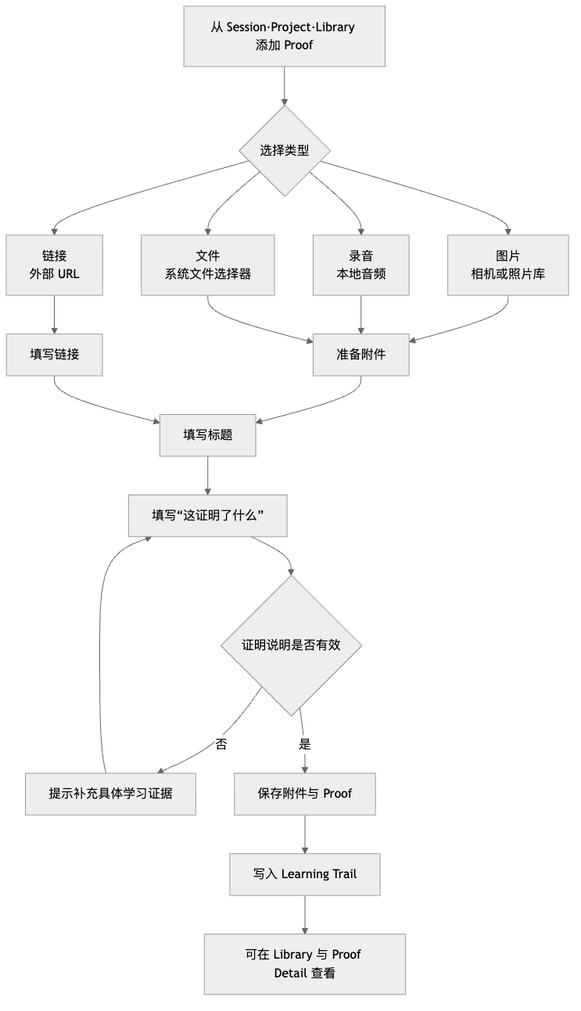
Before: diagrams/product-proof-flow.png, a diagram exported from Mermaid (Panhe-C/self-study-studio). Its source is kept beside it as diagrams/product-proof-flow.mmd.
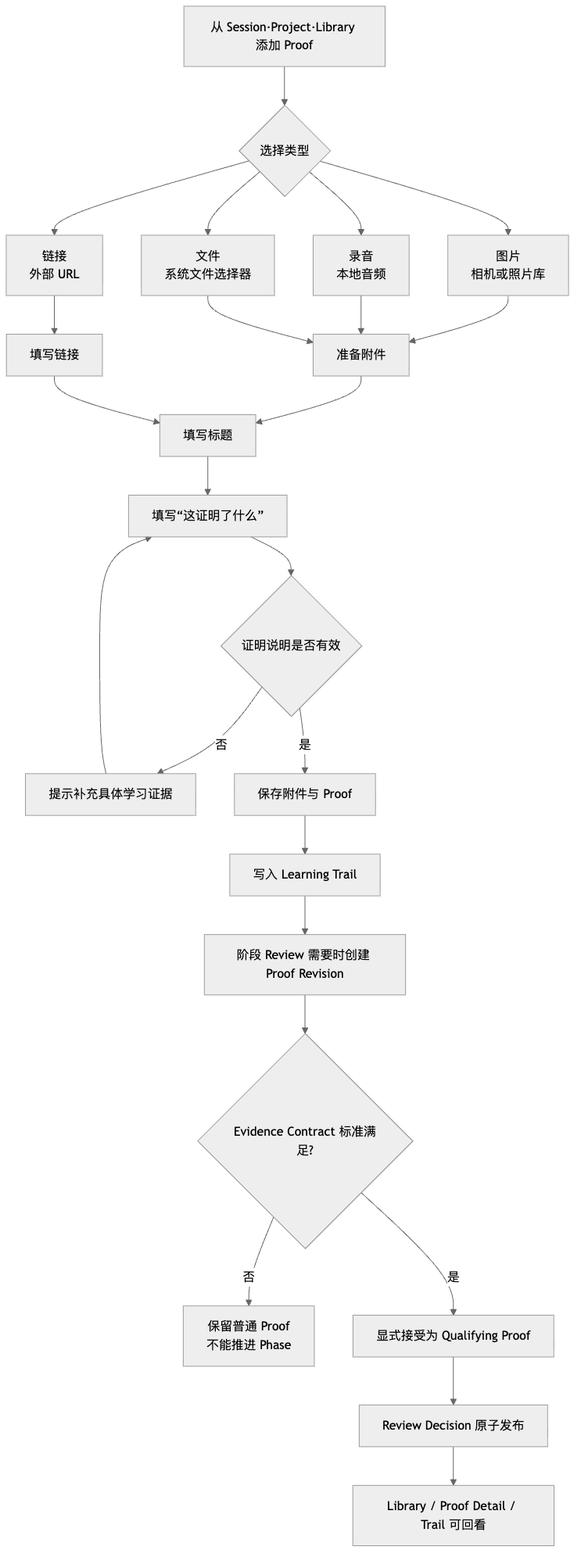
The same diagram one commit later.

Change to the diagram source:
```diff
@@ -16,4 +16,9 @@
   L --> J
   K -->|是| M[保存附件与 Proof]
   M --> N[写入 Learning Trail]
-  N --> O[可在 Library 与 Proof Detail 查看]
+  N --> O[阶段 Review 需要时创建 Proof Revision]
+  O --> P{Evidence Contract 标准满足?}
+  P -->|否| Q[保留普通 Proof<br/>不能推进 Phase]
+  P -->|是| R[显式接受为 Qualifying Proof]
+  R --> S[Review Decision 原子发布]
+  S --> T[Library / Proof Detail / Trail 可回看]
```
